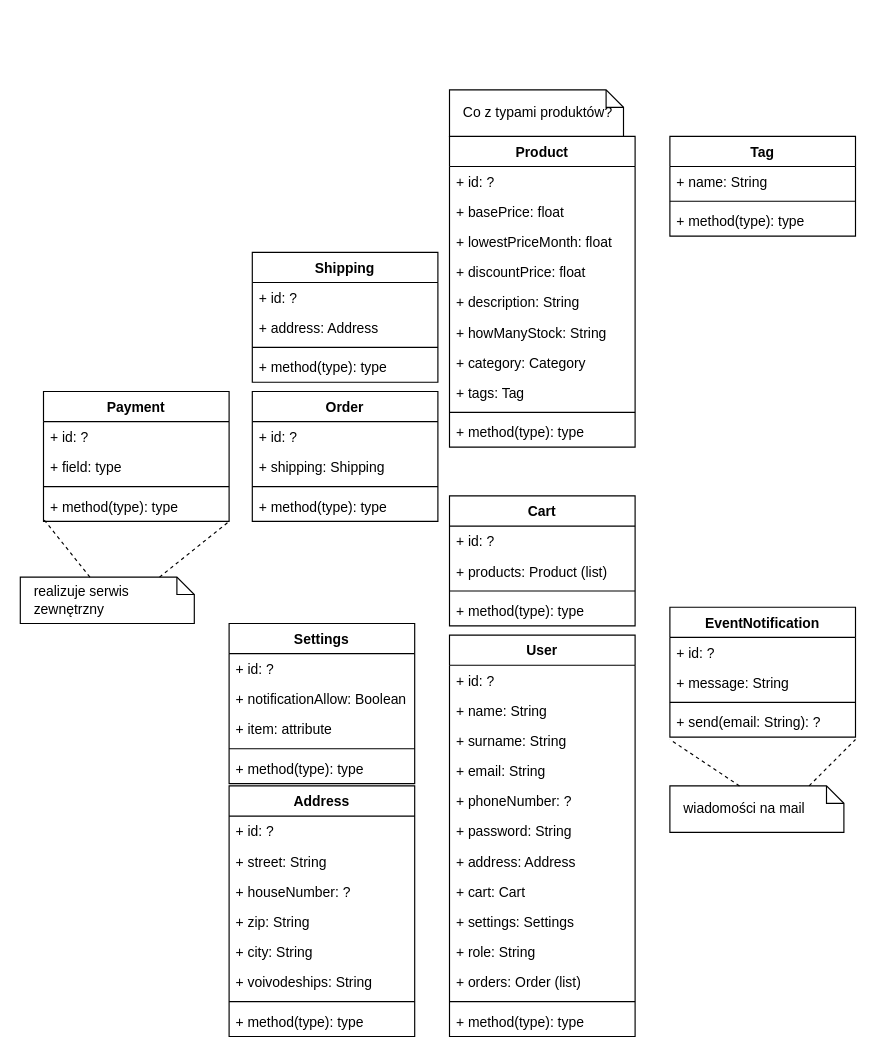
Above: Diagram bez tytułu.drawio in Wadowski-Mateusz/TO_project (draw.io), before the change. Source tidied: cells renumbered, new cells numbered last; positions are measured from the earlier drawing's top-left corner, leaving out a move shared by most shapes. Both pictures are drawn from the tidied source at 116%, with x=0, y=0 at pixel (20, 89).
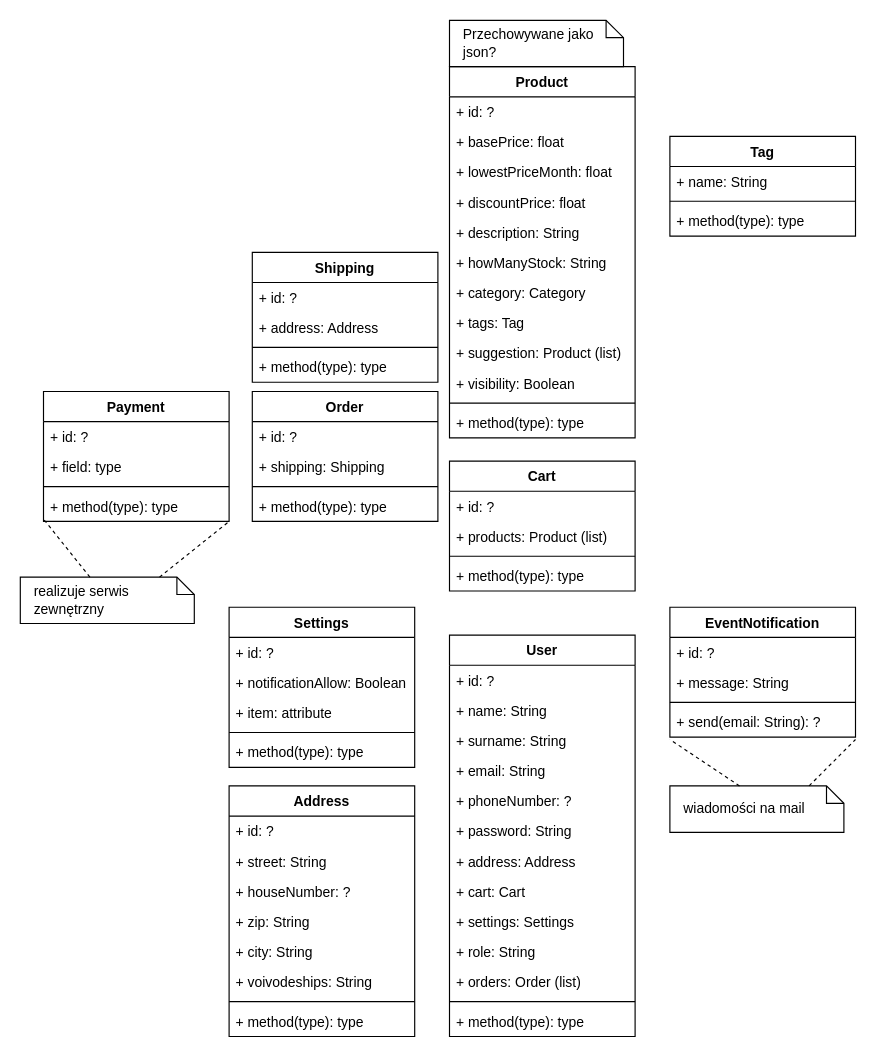
After the change.

What changed in the source:
```diff
@@
     <mxCell id="16" value="Product" style="swimlane;fontStyle=1;align=center;verticalAlign=top;horizontal=1;startSize=26;" parent="1" vertex="1">
-      <mxGeometry x="370" y="40" width="160" height="268" as="geometry" />
+      <mxGeometry x="370" y="-20" width="160" height="320" as="geometry" />
     </mxCell>
@@
+    <mxCell id="78" value="+ suggestion: Product (list)" style="text;strokeColor=none;fillColor=none;align=left;verticalAlign=top;spacingLeft=4;spacingRight=4;overflow=hidden;" parent="16" vertex="1">
+      <mxGeometry y="234" width="160" height="26" as="geometry" />
+    </mxCell>
+    <mxCell id="79" value="+ visibility: Boolean&#10;" style="text;strokeColor=none;fillColor=none;align=left;verticalAlign=top;spacingLeft=4;spacingRight=4;overflow=hidden;" parent="16" vertex="1">
+      <mxGeometry y="260" width="160" height="26" as="geometry" />
+    </mxCell>
     <mxCell id="25" style="line;strokeWidth=1;fillColor=none;align=left;verticalAlign=middle;spacingTop=-1;spacingLeft=3;spacingRight=3;labelPosition=right;strokeColor=inherit;" parent="16" vertex="1">
-      <mxGeometry y="234" width="160" height="8" as="geometry" />
+      <mxGeometry y="286" width="160" height="8" as="geometry" />
     </mxCell>
     <mxCell id="26" value="+ method(type): type" style="text;strokeColor=none;fillColor=none;align=left;verticalAlign=top;spacingLeft=4;spacingRight=4;overflow=hidden;" parent="16" vertex="1">
-      <mxGeometry y="242" width="160" height="26" as="geometry" />
+      <mxGeometry y="294" width="160" height="26" as="geometry" />
     </mxCell>
     <mxCell id="27" value="Cart" style="swimlane;fontStyle=1;align=center;verticalAlign=top;horizontal=1;startSize=26;" parent="1" vertex="1">
-      <mxGeometry x="370" y="350" width="160" height="112" as="geometry" />
+      <mxGeometry x="370" y="320" width="160" height="112" as="geometry" />
     </mxCell>
@@
     <mxCell id="46" value="Settings" style="swimlane;fontStyle=1;align=center;verticalAlign=top;horizontal=1;startSize=26;" parent="1" vertex="1">
-      <mxGeometry x="180" y="460" width="160" height="138" as="geometry" />
+      <mxGeometry x="180" y="446" width="160" height="138" as="geometry" />
     </mxCell>
@@
-    <mxCell id="73" value="Co z typami produktów?" style="shape=note;size=15;align=left;spacingLeft=10;html=1;whiteSpace=wrap;" parent="1" vertex="1">
-      <mxGeometry x="370" width="150" height="40" as="geometry" />
+    <mxCell id="73" value="Przechowywane jako json?" style="shape=note;size=15;align=left;spacingLeft=10;html=1;whiteSpace=wrap;" parent="1" vertex="1">
+      <mxGeometry x="370" y="-60" width="150" height="40" as="geometry" />
     </mxCell>
```
